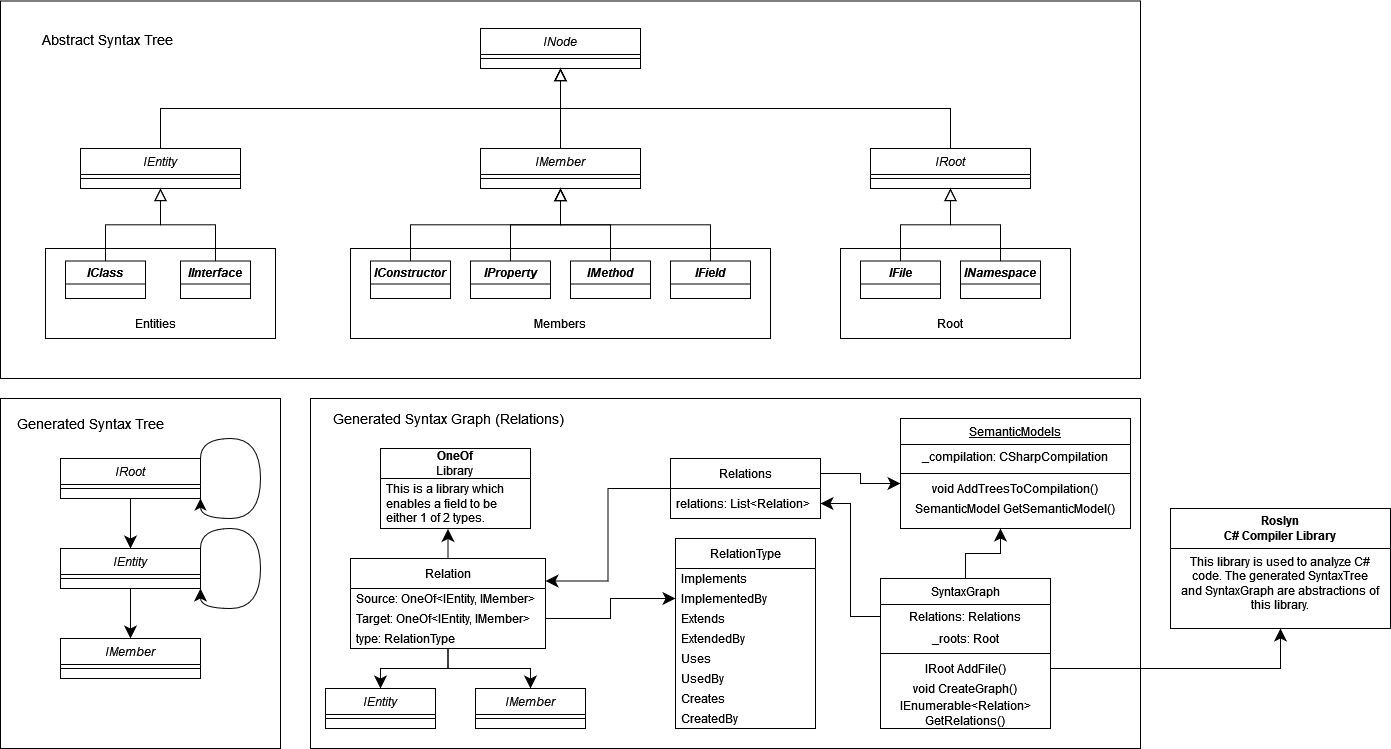
Above: docs/dev/technical/images/syntax_graph_uml.png in PatternPal/PatternPal (draw.io), before the change. Source tidied: cells renumbered, new cells last; positions are measured from the earlier drawing's top-left corner, leaving out a move shared by most shapes.
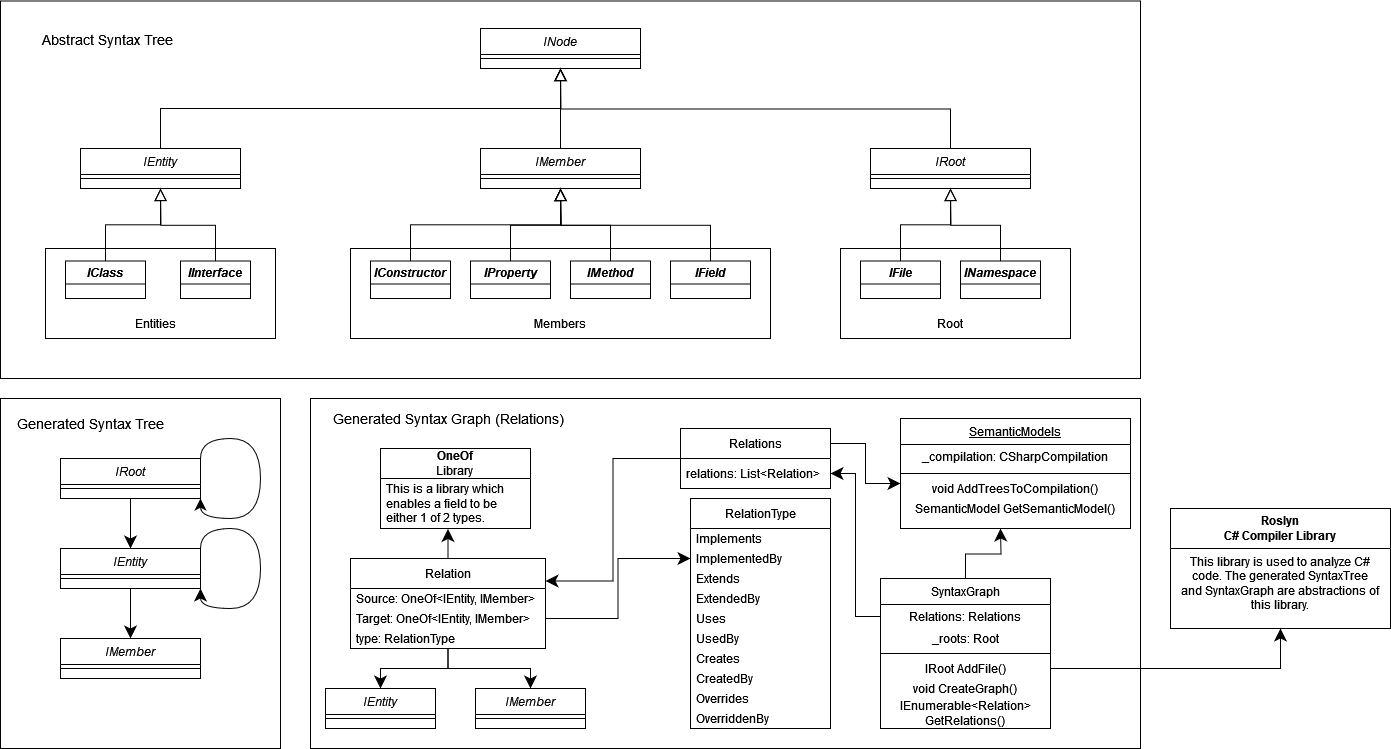
After the commit.

Commit message:
Rec: Added relation testcase and updated syntax uml

The edit, as a diff of the source:
```diff
@@ -182,7 +182,7 @@
       <mxGeometry relative="1" as="geometry" />
     </mxCell>
     <mxCell id="53" value="Relations" style="swimlane;fontStyle=0;horizontal=1;startSize=30;whiteSpace=wrap;html=1;" parent="1" vertex="1">
-      <mxGeometry x="670" y="458" width="150" height="60" as="geometry" />
+      <mxGeometry x="680" y="428" width="150" height="60" as="geometry" />
     </mxCell>
     <mxCell id="54" value="relations: List&amp;lt;Relation&amp;gt;" style="text;strokeColor=none;fillColor=none;align=left;verticalAlign=middle;spacingLeft=4;spacingRight=4;overflow=hidden;points=[[0,0.5],[1,0.5]];portConstraint=eastwest;whiteSpace=wrap;html=1;" parent="53" vertex="1">
       <mxGeometry y="30" width="150" height="30" as="geometry" />
@@ -209,7 +209,7 @@
       <mxGeometry y="70" width="195" height="20" as="geometry" />
     </mxCell>
     <mxCell id="62" value="RelationType" style="swimlane;fontStyle=0;horizontal=1;startSize=30;whiteSpace=wrap;html=1;" parent="1" vertex="1">
-      <mxGeometry x="675" y="538" width="140" height="190" as="geometry" />
+      <mxGeometry x="690" y="498" width="140" height="230" as="geometry" />
     </mxCell>
     <mxCell id="63" value="Implements" style="text;strokeColor=none;fillColor=none;align=left;verticalAlign=middle;spacingLeft=4;spacingRight=4;overflow=hidden;whiteSpace=wrap;html=1;" parent="62" vertex="1">
       <mxGeometry y="30" width="140" height="20" as="geometry" />
@@ -235,6 +235,12 @@
     <mxCell id="70" value="CreatedBy" style="text;strokeColor=none;fillColor=none;align=left;verticalAlign=middle;spacingLeft=4;spacingRight=4;overflow=hidden;whiteSpace=wrap;html=1;" parent="62" vertex="1">
       <mxGeometry y="170" width="140" height="20" as="geometry" />
     </mxCell>
+    <mxCell id="96" value="Overrides" style="text;strokeColor=none;fillColor=none;align=left;verticalAlign=middle;spacingLeft=4;spacingRight=4;overflow=hidden;whiteSpace=wrap;html=1;" parent="62" vertex="1">
+      <mxGeometry y="190" width="140" height="20" as="geometry" />
+    </mxCell>
+    <mxCell id="97" value="OverriddenBy" style="text;strokeColor=none;fillColor=none;align=left;verticalAlign=middle;spacingLeft=4;spacingRight=4;overflow=hidden;whiteSpace=wrap;html=1;" parent="62" vertex="1">
+      <mxGeometry y="210" width="140" height="20" as="geometry" />
+    </mxCell>
     <mxCell id="71" style="edgeStyle=orthogonalEdgeStyle;rounded=0;jettySize=auto;html=1;exitX=1;exitY=0.5;exitDx=0;exitDy=0;entryX=0;entryY=0.5;entryDx=0;entryDy=0;endSize=10;" parent="1" edge="1" source="60" target="64">
       <mxGeometry relative="1" as="geometry" />
     </mxCell>
```
